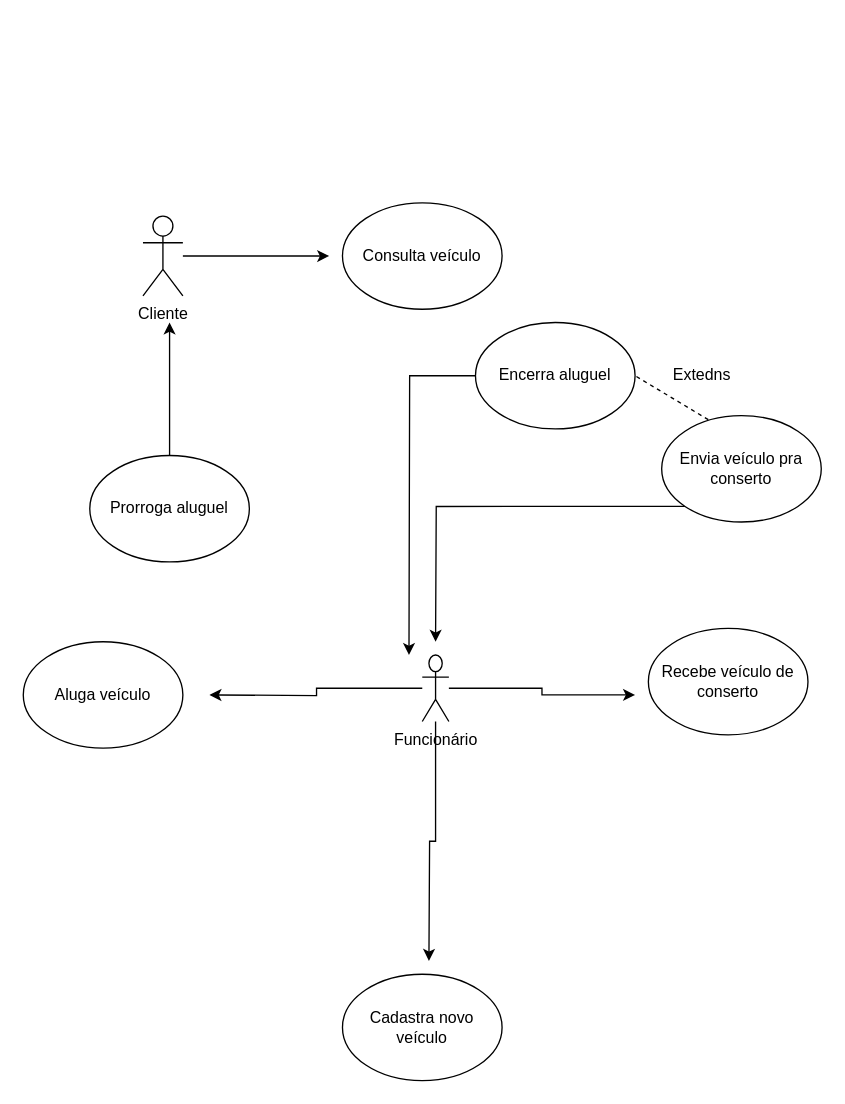
EdneiFNeto/UML keeps this draw.io diagram as Untitled Diagram.drawio. Above is the earlier version. Source tidied: cells renumbered, new cells numbered last; positions are measured from the earlier drawing's top-left corner, leaving out a move shared by most shapes. Both pictures are drawn from the tidied source at 133%, with x=0, y=0 at pixel (23, 202).
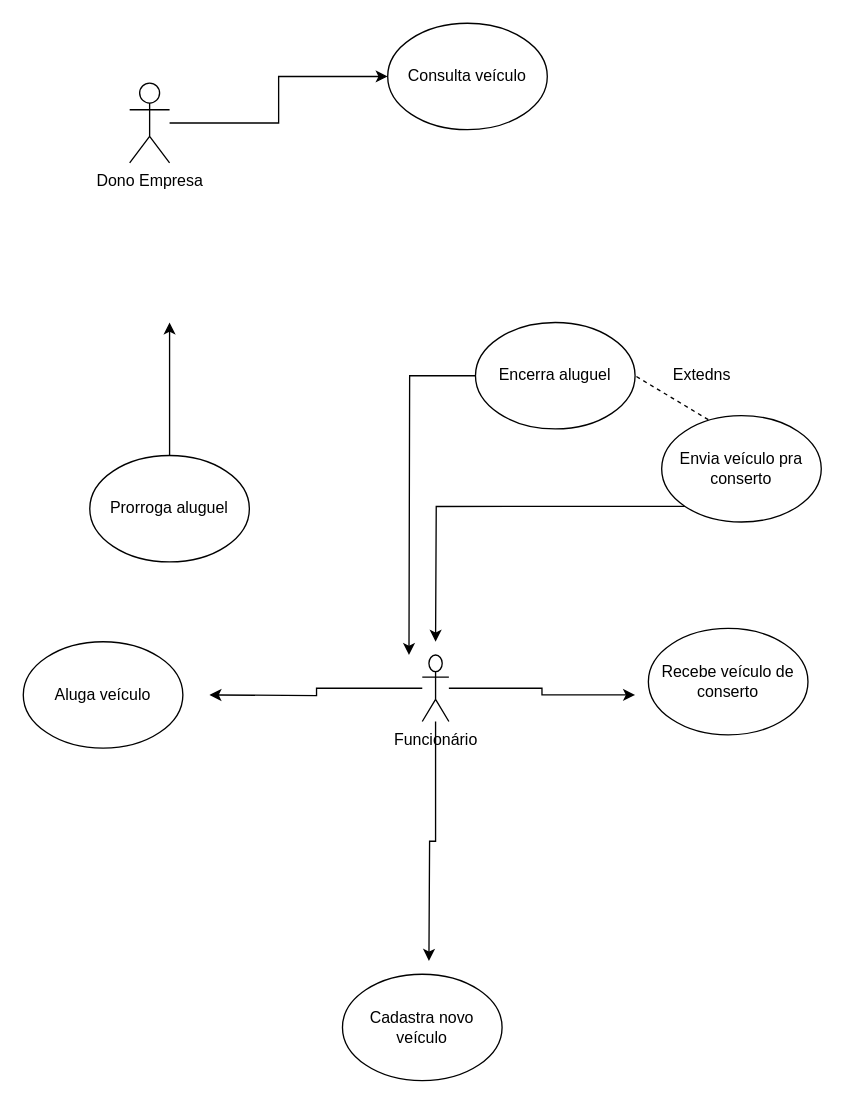
The same diagram, later.

Diff of the diagram source:
```diff
@@
-    <mxCell id="6" style="edgeStyle=orthogonalEdgeStyle;rounded=0;jettySize=auto;html=1;" parent="1" edge="1" source="7">
-      <mxGeometry relative="1" as="geometry">
-        <mxPoint x="230" y="40" as="targetPoint" />
-      </mxGeometry>
+    <mxCell id="6" style="edgeStyle=orthogonalEdgeStyle;rounded=0;jettySize=auto;html=1;entryX=0;entryY=0.5;entryDx=0;entryDy=0;" parent="1" edge="1" source="7" target="8">
+      <mxGeometry relative="1" as="geometry" />
     </mxCell>
-    <mxCell id="7" value="Cliente" style="shape=umlActor;verticalLabelPosition=bottom;verticalAlign=top;html=1;outlineConnect=0;" parent="1" vertex="1">
-      <mxGeometry x="90" y="10" width="30" height="60" as="geometry" />
+    <mxCell id="7" value="Dono Empresa" style="shape=umlActor;verticalLabelPosition=bottom;verticalAlign=top;html=1;outlineConnect=0;" parent="1" vertex="1">
+      <mxGeometry x="80" y="-90" width="30" height="60" as="geometry" />
     </mxCell>
     <mxCell id="8" value="Consulta veículo" style="ellipse;whiteSpace=wrap;html=1;" parent="1" vertex="1">
-      <mxGeometry x="240" width="120" height="80" as="geometry" />
+      <mxGeometry x="274" y="-135" width="120" height="80" as="geometry" />
     </mxCell>
```
